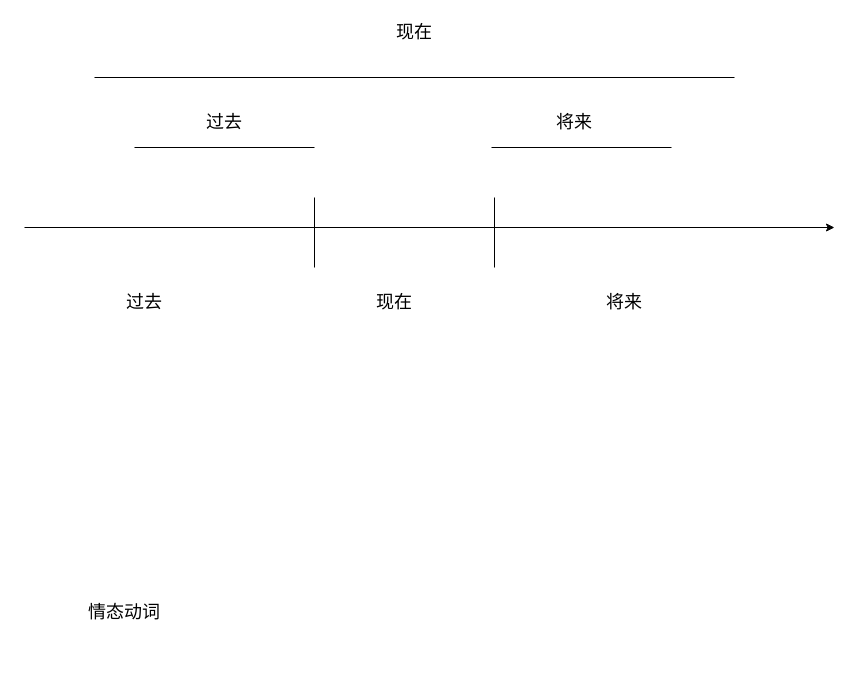
Emperor-Jude/myDraw keeps this draw.io diagram as 未命名绘图.drawio. Above is the earlier version. Source tidied: cells renumbered, new cells numbered last; positions are measured from the earlier drawing's top-left corner, leaving out a move shared by most shapes. Both pictures are drawn from the tidied source at 100%, with x=0, y=0 at pixel (24, 17).
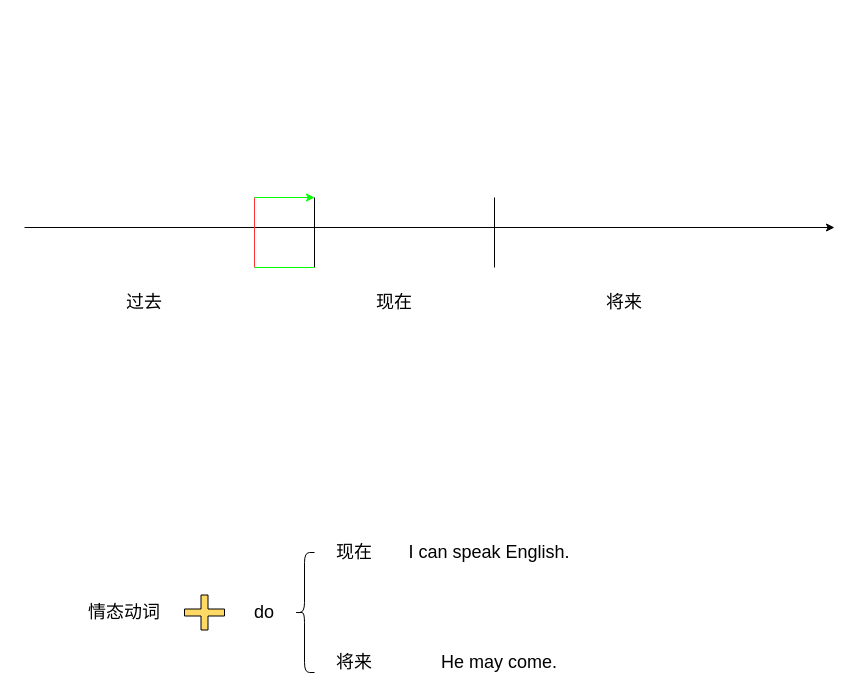
After the change.

Commit message:
更新未命名绘图.drawio

What changed in the source:
```diff
@@
-    <mxCell id="8" style="endArrow=none;html=1;rounded=0;fontSize=18;" parent="1" edge="1">
-      <mxGeometry relative="1" as="geometry">
-        <mxPoint x="710" y="60" as="sourcePoint" />
-        <mxPoint x="70" y="60" as="targetPoint" />
-      </mxGeometry>
-    </mxCell>
-    <mxCell id="9" style="endArrow=none;html=1;rounded=0;fontSize=18;" parent="1" edge="1">
-      <mxGeometry relative="1" as="geometry">
-        <mxPoint x="110" y="130" as="sourcePoint" />
-        <mxPoint x="290" y="130" as="targetPoint" />
-      </mxGeometry>
-    </mxCell>
-    <mxCell id="10" style="endArrow=none;html=1;rounded=0;fontSize=18;" parent="1" edge="1">
-      <mxGeometry relative="1" as="geometry">
-        <mxPoint x="467" y="130" as="sourcePoint" />
-        <mxPoint x="647" y="130" as="targetPoint" />
-      </mxGeometry>
-    </mxCell>
-    <mxCell id="11" value="过去" style="text;strokeColor=none;align=center;fillColor=none;html=1;verticalAlign=middle;whiteSpace=wrap;rounded=0;fontSize=18;" parent="1" vertex="1">
-      <mxGeometry x="170" y="90" width="60" height="30" as="geometry" />
-    </mxCell>
+    <mxCell id="14" value="情态动词" style="text;strokeColor=none;align=center;fillColor=none;html=1;verticalAlign=middle;whiteSpace=wrap;rounded=0;fontSize=18;" parent="1" vertex="1">
+      <mxGeometry x="60" y="580" width="80" height="30" as="geometry" />
+    </mxCell>
+    <mxCell id="15" style="shape=cross;whiteSpace=wrap;html=1;fontSize=18;fillColor=#FFD966;" parent="1" vertex="1">
+      <mxGeometry x="160" y="577.5" width="40" height="35" as="geometry" />
+    </mxCell>
+    <mxCell id="16" value="do" style="text;strokeColor=none;align=center;fillColor=none;html=1;verticalAlign=middle;whiteSpace=wrap;rounded=0;fontSize=18;" parent="1" vertex="1">
+      <mxGeometry x="210" y="580" width="60" height="30" as="geometry" />
+    </mxCell>
+    <mxCell id="17" style="shape=curlyBracket;whiteSpace=wrap;html=1;rounded=1;labelPosition=left;verticalLabelPosition=middle;align=right;verticalAlign=middle;strokeColor=#000000;fontSize=18;fillColor=#FFD966;" parent="1" vertex="1">
+      <mxGeometry x="270" y="535" width="20" height="120" as="geometry" />
+    </mxCell>
+    <mxCell id="13" value="现在" style="text;strokeColor=none;align=center;fillColor=none;html=1;verticalAlign=middle;whiteSpace=wrap;rounded=0;fontSize=18;" parent="1" vertex="1">
+      <mxGeometry x="300" y="520" width="60" height="30" as="geometry" />
+    </mxCell>
     <mxCell id="12" value="将来" style="text;strokeColor=none;align=center;fillColor=none;html=1;verticalAlign=middle;whiteSpace=wrap;rounded=0;fontSize=18;" parent="1" vertex="1">
-      <mxGeometry x="520" y="90" width="60" height="30" as="geometry" />
+      <mxGeometry x="300" y="630" width="60" height="30" as="geometry" />
     </mxCell>
-    <mxCell id="13" value="现在" style="text;strokeColor=none;align=center;fillColor=none;html=1;verticalAlign=middle;whiteSpace=wrap;rounded=0;fontSize=18;" parent="1" vertex="1">
-      <mxGeometry x="360" width="60" height="30" as="geometry" />
-    </mxCell>
-    <mxCell id="14" value="情态动词" style="text;strokeColor=none;align=center;fillColor=none;html=1;verticalAlign=middle;whiteSpace=wrap;rounded=0;fontSize=18;" parent="1" vertex="1">
-      <mxGeometry x="60" y="580" width="80" height="30" as="geometry" />
-    </mxCell>
+    <mxCell id="18" value="I can speak English." style="text;strokeColor=none;align=center;fillColor=none;html=1;verticalAlign=middle;whiteSpace=wrap;rounded=0;fontSize=18;" parent="1" vertex="1">
+      <mxGeometry x="370" y="520" width="190" height="30" as="geometry" />
+    </mxCell>
+    <mxCell id="19" value="He may come." style="text;strokeColor=none;align=center;fillColor=none;html=1;verticalAlign=middle;whiteSpace=wrap;rounded=0;fontSize=18;" parent="1" vertex="1">
+      <mxGeometry x="380" y="630" width="190" height="30" as="geometry" />
+    </mxCell>
+    <mxCell id="20" style="endArrow=none;html=1;rounded=0;strokeColor=#FF3333;" parent="1" edge="1">
+      <mxGeometry relative="1" as="geometry">
+        <mxPoint x="230" y="250" as="sourcePoint" />
+        <mxPoint x="230" y="180" as="targetPoint" />
+      </mxGeometry>
+    </mxCell>
+    <mxCell id="21" style="endArrow=classic;html=1;rounded=0;strokeColor=#00FF00;fontSize=18;" parent="1" edge="1">
+      <mxGeometry relative="1" as="geometry">
+        <mxPoint x="230" y="180" as="sourcePoint" />
+        <mxPoint x="290" y="180" as="targetPoint" />
+      </mxGeometry>
+    </mxCell>
+    <mxCell id="22" style="endArrow=none;html=1;rounded=0;strokeColor=#00FF00;fontSize=18;" parent="1" edge="1">
+      <mxGeometry relative="1" as="geometry">
+        <mxPoint x="230" y="250" as="sourcePoint" />
+        <mxPoint x="290" y="250" as="targetPoint" />
+      </mxGeometry>
+    </mxCell>
```
